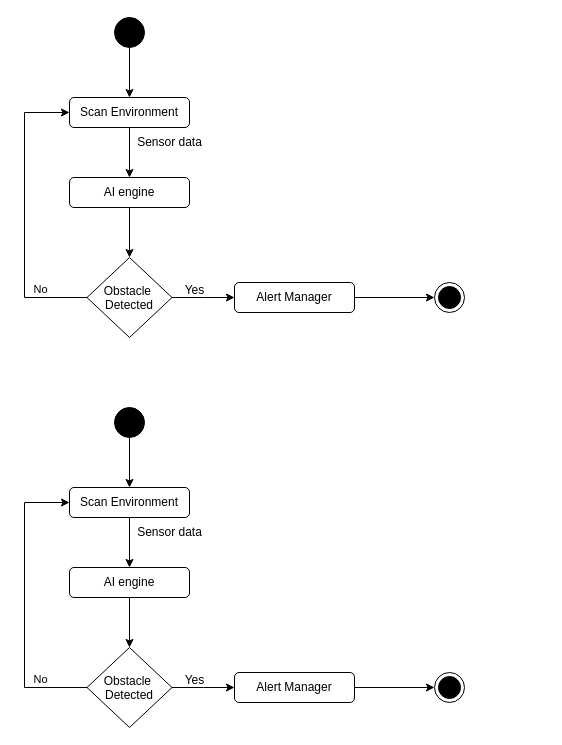
varuneranki/MBSE keeps this draw.io diagram as activity_diag.drawio. Above is the earlier version. Source tidied: cells renumbered, new cells numbered last; positions are measured from the earlier drawing's top-left corner, leaving out a move shared by most shapes. Both pictures are drawn from the tidied source at 100%, with x=0, y=0 at pixel (24, 17).
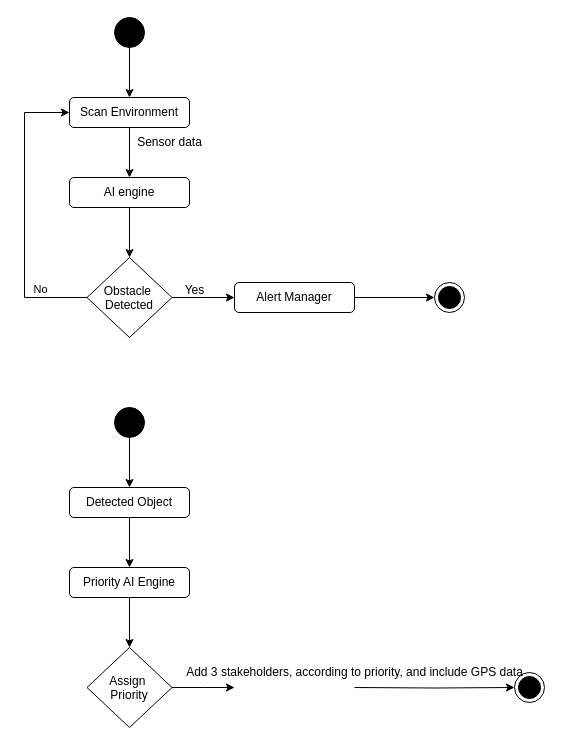
The same diagram, later.

Change to the diagram source:
```diff
@@
     <mxCell id="18" style="ellipse;html=1;shape=endState;fillColor=strokeColor;" parent="1" vertex="1">
-      <mxGeometry x="410" y="655" width="30" height="30" as="geometry" />
+      <mxGeometry x="490" y="655" width="30" height="30" as="geometry" />
     </mxCell>
@@
-    <mxCell id="21" value="Scan Environment" style="rounded=1;whiteSpace=wrap;html=1;" parent="1" vertex="1">
+    <mxCell id="21" value="Detected Object" style="rounded=1;whiteSpace=wrap;html=1;" parent="1" vertex="1">
       <mxGeometry x="45" y="470" width="120" height="30" as="geometry" />
     </mxCell>
-    <mxCell id="22" value="Sensor data" style="text;html=1;align=center;verticalAlign=middle;strokeColor=none;fillColor=none;" parent="1" vertex="1">
-      <mxGeometry x="100" y="500" width="90" height="30" as="geometry" />
-    </mxCell>
@@
-    <mxCell id="24" style="edgeStyle=orthogonalEdgeStyle;rounded=0;jettySize=auto;html=1;entryX=0;entryY=0.5;entryDx=0;entryDy=0;" parent="1" edge="1" source="26" target="21">
-      <mxGeometry relative="1" as="geometry">
-        <Array as="points">
-          <mxPoint y="670" />
-          <mxPoint y="485" />
-        </Array>
-      </mxGeometry>
-    </mxCell>
-    <mxCell id="25" value="No" style="edgeLabel;html=1;align=center;verticalAlign=middle;" parent="24" vertex="1">
-      <mxGeometry x="-0.68" y="-2" relative="1" as="geometry">
-        <mxPoint y="-7" as="offset" />
-      </mxGeometry>
-    </mxCell>
-    <mxCell id="26" value="Obstacle &#10;Detected" style="rhombus;" parent="1" vertex="1">
+    <mxCell id="26" value="Assign &#10;Priority" style="rhombus;" parent="1" vertex="1">
       <mxGeometry x="62.5" y="630" width="85" height="80" as="geometry" />
     </mxCell>
@@
-    <mxCell id="28" value="AI engine" style="rounded=1;whiteSpace=wrap;html=1;" parent="1" vertex="1">
+    <mxCell id="28" value="Priority AI Engine" style="rounded=1;whiteSpace=wrap;html=1;" parent="1" vertex="1">
       <mxGeometry x="45" y="550" width="120" height="30" as="geometry" />
     </mxCell>
-    <mxCell id="29" value="Yes" style="text;html=1;align=center;verticalAlign=middle;strokeColor=none;fillColor=none;" parent="1" vertex="1">
-      <mxGeometry x="150" y="648" width="40" height="30" as="geometry" />
-    </mxCell>
-    <mxCell id="30" style="edgeStyle=orthogonalEdgeStyle;rounded=0;jettySize=auto;html=1;entryX=0;entryY=0.5;entryDx=0;entryDy=0;" parent="1" edge="1" source="31" target="18">
-      <mxGeometry relative="1" as="geometry" />
+    <mxCell id="30" style="edgeStyle=orthogonalEdgeStyle;rounded=0;jettySize=auto;html=1;entryX=0;entryY=0.5;entryDx=0;entryDy=0;" parent="1" edge="1" target="18">
+      <mxGeometry relative="1" as="geometry">
+        <mxPoint x="330" y="670" as="sourcePoint" />
+      </mxGeometry>
     </mxCell>
-    <mxCell id="31" value="Alert Manager" style="rounded=1;whiteSpace=wrap;html=1;" parent="1" vertex="1">
-      <mxGeometry x="210" y="655" width="120" height="30" as="geometry" />
-    </mxCell>
+    <mxCell id="32" value="Add 3 stakeholders, according to priority, and include GPS data" style="text;html=1;align=center;verticalAlign=middle;strokeColor=none;fillColor=none;" parent="1" vertex="1">
+      <mxGeometry x="150" y="640" width="360" height="30" as="geometry" />
+    </mxCell>
```
